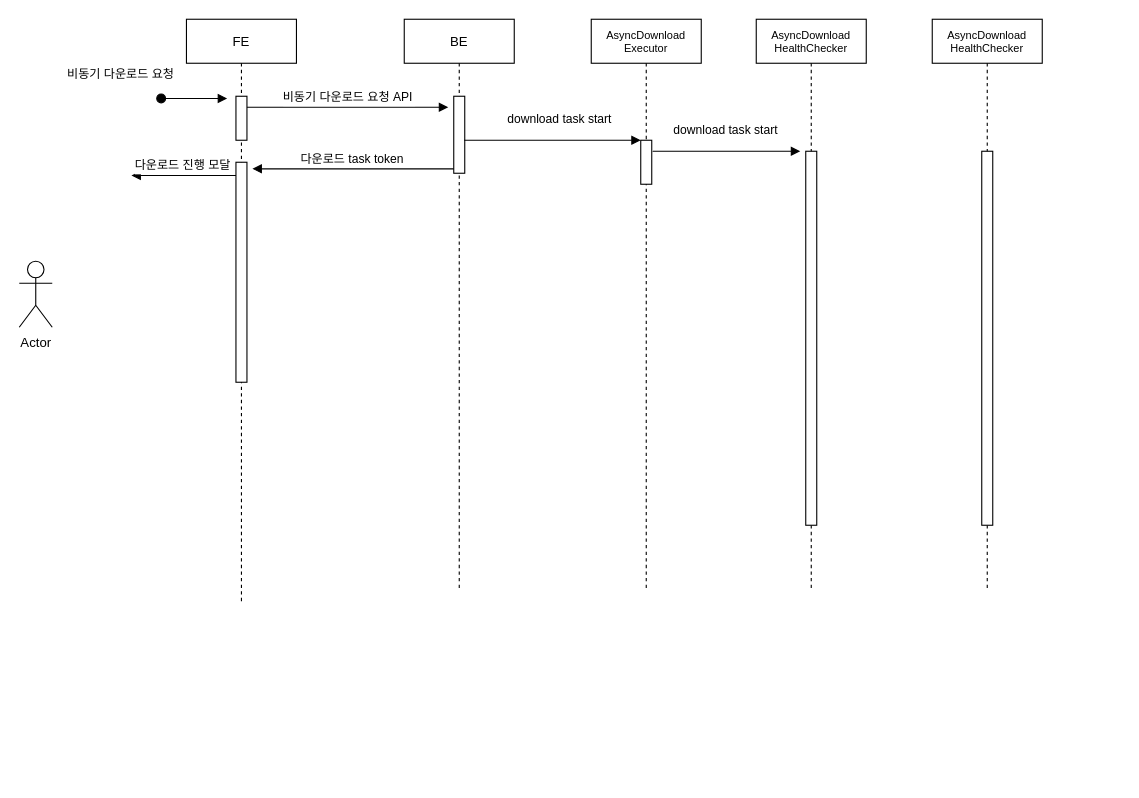
Earlier version of the draw.io diagram 제목 없는 다이어그램.drawio (shani88/test). Source tidied: cells renumbered, new cells numbered last; positions are measured from the earlier drawing's top-left corner, leaving out a move shared by most shapes. Both pictures are drawn from the tidied source at 110%, with x=0, y=0 at pixel (19, 19).
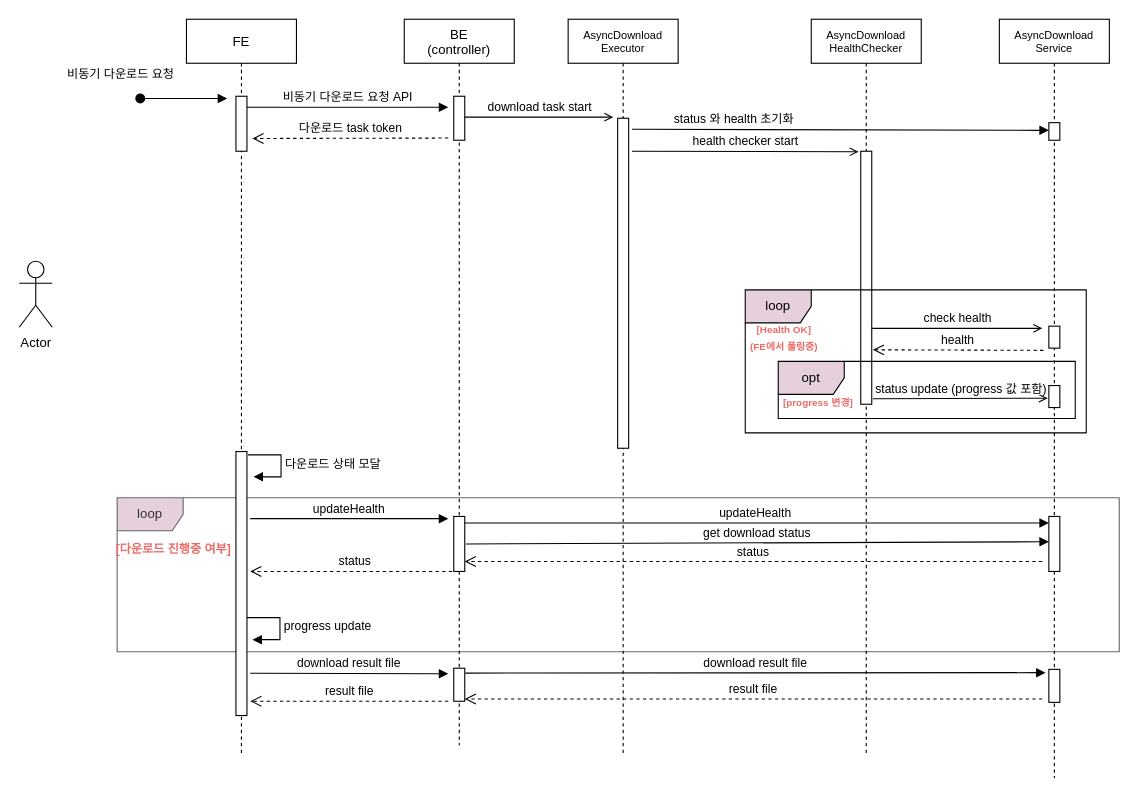
The same diagram, later.

Commit message (it also covers changes not shown here):
제목 없는 다이어그램.drawio 업데이트

What changed in the source:
```diff
@@
+    <mxCell id="21" value="loop" style="shape=umlFrame;whiteSpace=wrap;html=1;fillColor=#E6D0DE;fontColor=#333333;strokeColor=#666666;" parent="1" vertex="1">
+      <mxGeometry x="89" y="435" width="911" height="140" as="geometry" />
+    </mxCell>
     <mxCell id="2" value="FE" style="shape=umlLifeline;perimeter=lifelinePerimeter;rounded=0;shadow=0;strokeWidth=1;" parent="1" vertex="1">
-      <mxGeometry x="152" width="100" height="530" as="geometry" />
+      <mxGeometry x="152" width="100" height="670" as="geometry" />
     </mxCell>
     <mxCell id="3" style="points=[];perimeter=orthogonalPerimeter;rounded=0;shadow=0;strokeWidth=1;" parent="2" vertex="1">
-      <mxGeometry x="45" y="70" width="10" height="40" as="geometry" />
+      <mxGeometry x="45" y="70" width="10" height="50" as="geometry" />
     </mxCell>
     <mxCell id="4" style="verticalAlign=bottom;startArrow=oval;endArrow=block;startSize=8;shadow=0;strokeWidth=1;" parent="2" edge="1">
       <mxGeometry relative="1" as="geometry">
-        <mxPoint x="-23" y="72" as="sourcePoint" />
+        <mxPoint x="-42" y="72" as="sourcePoint" />
         <mxPoint x="37" y="72" as="targetPoint" />
       </mxGeometry>
     </mxCell>
-    <mxCell id="5" style="perimeter=orthogonalPerimeter;rounded=0;shadow=0;strokeWidth=1;" parent="2" vertex="1">
-      <mxGeometry x="45" y="130" width="10" height="200" as="geometry" />
-    </mxCell>
-    <mxCell id="6" value="다운로드 진행 모달" style="verticalAlign=bottom;endArrow=block;shadow=0;strokeWidth=1;" parent="2" edge="1">
-      <mxGeometry relative="1" as="geometry">
-        <mxPoint x="45" y="142" as="sourcePoint" />
-        <mxPoint x="-50" y="142" as="targetPoint" />
-      </mxGeometry>
-    </mxCell>
+    <mxCell id="22" style="html=1;perimeter=orthogonalPerimeter;" parent="2" vertex="1">
+      <mxGeometry x="45" y="393" width="10" height="240" as="geometry" />
+    </mxCell>
+    <mxCell id="23" value="다운로드 상태 모달" style="edgeStyle=orthogonalEdgeStyle;html=1;align=left;spacingLeft=2;endArrow=block;rounded=0;entryX=1;entryY=0;" parent="2" edge="1">
+      <mxGeometry relative="1" as="geometry">
+        <mxPoint x="56" y="396" as="sourcePoint" />
+        <mxPoint x="61" y="416" as="targetPoint" />
+        <Array as="points">
+          <mxPoint x="86" y="396" />
+        </Array>
+      </mxGeometry>
+    </mxCell>
+    <mxCell id="24" value="status" style="html=1;verticalAlign=bottom;endArrow=open;dashed=1;endSize=8;rounded=0;" parent="2" edge="1">
+      <mxGeometry relative="1" as="geometry">
+        <mxPoint x="247.5" y="502" as="sourcePoint" />
+        <mxPoint x="58" y="502" as="targetPoint" />
+      </mxGeometry>
+    </mxCell>
-    <mxCell id="7" value="BE" style="shape=umlLifeline;perimeter=lifelinePerimeter;rounded=0;shadow=0;strokeWidth=1;" parent="1" vertex="1">
-      <mxGeometry x="350" width="100" height="520" as="geometry" />
+    <mxCell id="7" value="BE&#10;(controller)" style="shape=umlLifeline;perimeter=lifelinePerimeter;rounded=0;shadow=0;strokeWidth=1;" parent="1" vertex="1">
+      <mxGeometry x="350" width="100" height="660" as="geometry" />
     </mxCell>
     <mxCell id="8" style="perimeter=orthogonalPerimeter;rounded=0;shadow=0;strokeWidth=1;" parent="7" vertex="1">
-      <mxGeometry x="45" y="70" width="10" height="70" as="geometry" />
+      <mxGeometry x="45" y="70" width="10" height="40" as="geometry" />
     </mxCell>
+    <mxCell id="25" style="points=[];perimeter=orthogonalPerimeter;rounded=0;shadow=0;strokeWidth=1;" parent="7" vertex="1">
+      <mxGeometry x="45" y="452" width="10" height="50" as="geometry" />
+    </mxCell>
+    <mxCell id="26" style="perimeter=orthogonalPerimeter;rounded=0;shadow=0;strokeWidth=1;" parent="7" vertex="1">
+      <mxGeometry x="45" y="590" width="10" height="30" as="geometry" />
+    </mxCell>
+    <mxCell id="27" value="download result file" style="verticalAlign=bottom;endArrow=block;shadow=0;strokeWidth=1;" parent="7" edge="1">
+      <mxGeometry relative="1" as="geometry">
+        <mxPoint x="-140" y="594.5" as="sourcePoint" />
+        <mxPoint x="40" y="595" as="targetPoint" />
+      </mxGeometry>
+    </mxCell>
+    <mxCell id="28" value="result file" style="html=1;verticalAlign=bottom;endArrow=open;dashed=1;endSize=8;rounded=0;" parent="7" edge="1">
+      <mxGeometry relative="1" as="geometry">
+        <mxPoint x="40" y="620" as="sourcePoint" />
+        <mxPoint x="-140" y="620" as="targetPoint" />
+      </mxGeometry>
+    </mxCell>
@@
-    <mxCell id="10" value="다운로드 task token" style="verticalAlign=bottom;endArrow=block;entryX=1;entryY=0;shadow=0;strokeWidth=1;" parent="1" edge="1">
-      <mxGeometry relative="1" as="geometry">
-        <mxPoint x="395" y="136" as="sourcePoint" />
-        <mxPoint x="212" y="136" as="targetPoint" />
-      </mxGeometry>
-    </mxCell>
@@
-    <mxCell id="12" value="&lt;font style=&quot;font-size: 11px;&quot;&gt;비동기 다운로드 요청&lt;/font&gt;" style="text;html=1;align=center;verticalAlign=middle;strokeColor=none;fillColor=none;" parent="1" vertex="1">
+    <mxCell id="12" value="&lt;span style=&quot;font-size: 11px;&quot;&gt;비동기 다운로드 요청&lt;/span&gt;" style="text;html=1;align=center;verticalAlign=middle;strokeColor=none;fillColor=none;" parent="1" vertex="1">
       <mxGeometry x="32" y="35" width="120" height="30" as="geometry" />
     </mxCell>
     <mxCell id="13" value="AsyncDownload&#10;Executor" style="shape=umlLifeline;perimeter=lifelinePerimeter;rounded=0;shadow=0;strokeWidth=1;fontSize=10;" parent="1" vertex="1">
-      <mxGeometry x="520" width="100" height="520" as="geometry" />
+      <mxGeometry x="499" width="100" height="670" as="geometry" />
     </mxCell>
     <mxCell id="14" style="perimeter=orthogonalPerimeter;rounded=0;shadow=0;strokeWidth=1;" parent="13" vertex="1">
-      <mxGeometry x="45" y="110" width="10" height="40" as="geometry" />
+      <mxGeometry x="45" y="90" width="10" height="300" as="geometry" />
     </mxCell>
-    <mxCell id="15" value="download task start" style="verticalAlign=bottom;endArrow=block;shadow=0;strokeWidth=1;" parent="1" edge="1">
-      <mxGeometry x="0.08" y="10" relative="1" as="geometry">
-        <mxPoint x="404.5" y="110" as="sourcePoint" />
-        <mxPoint x="565" y="110" as="targetPoint" />
-        <Array as="points">
-          <mxPoint x="465" y="110" />
-        </Array>
-      </mxGeometry>
-    </mxCell>
     <mxCell id="16" value="AsyncDownload&#10;HealthChecker" style="shape=umlLifeline;perimeter=lifelinePerimeter;rounded=0;shadow=0;strokeWidth=1;fontSize=10;" parent="1" vertex="1">
-      <mxGeometry x="670" width="100" height="520" as="geometry" />
+      <mxGeometry x="720" width="100" height="670" as="geometry" />
     </mxCell>
-    <mxCell id="17" style="perimeter=orthogonalPerimeter;rounded=0;shadow=0;strokeWidth=1;" parent="16" vertex="1">
-      <mxGeometry x="45" y="120" width="10" height="340" as="geometry" />
-    </mxCell>
-    <mxCell id="18" value="download task start" style="verticalAlign=bottom;endArrow=block;shadow=0;strokeWidth=1;" parent="1" edge="1">
-      <mxGeometry x="0.08" y="10" relative="1" as="geometry">
-        <mxPoint x="582.5" y="120" as="sourcePoint" />
-        <mxPoint x="710" y="120" as="targetPoint" />
-        <Array as="points">
-          <mxPoint x="573" y="120" />
-        </Array>
-      </mxGeometry>
-    </mxCell>
+    <mxCell id="29" value="status" style="html=1;verticalAlign=bottom;endArrow=open;dashed=1;endSize=8;rounded=0;" parent="16" edge="1" target="25">
+      <mxGeometry relative="1" as="geometry">
+        <mxPoint x="210" y="493" as="sourcePoint" />
+      </mxGeometry>
+    </mxCell>
+    <mxCell id="30" style="perimeter=orthogonalPerimeter;rounded=0;shadow=0;strokeWidth=1;" parent="16" vertex="1">
+      <mxGeometry x="45" y="120" width="10" height="230" as="geometry" />
+    </mxCell>
-    <mxCell id="19" value="AsyncDownload&#10;HealthChecker" style="shape=umlLifeline;perimeter=lifelinePerimeter;rounded=0;shadow=0;strokeWidth=1;fontSize=10;" parent="1" vertex="1">
-      <mxGeometry x="830" width="100" height="520" as="geometry" />
+    <mxCell id="19" value="AsyncDownload&#10;Service" style="shape=umlLifeline;perimeter=lifelinePerimeter;rounded=0;shadow=0;strokeWidth=1;fontSize=10;" parent="1" vertex="1">
+      <mxGeometry x="891" width="100" height="690" as="geometry" />
     </mxCell>
     <mxCell id="20" style="points=[];perimeter=orthogonalPerimeter;rounded=0;shadow=0;strokeWidth=1;" parent="19" vertex="1">
-      <mxGeometry x="45" y="120" width="10" height="340" as="geometry" />
+      <mxGeometry x="45" y="452" width="10" height="50" as="geometry" />
     </mxCell>
+    <mxCell id="31" style="points=[];perimeter=orthogonalPerimeter;rounded=0;shadow=0;strokeWidth=1;" parent="19" vertex="1">
+      <mxGeometry x="45" y="591" width="10" height="30" as="geometry" />
+    </mxCell>
+    <mxCell id="32" value="health" style="html=1;verticalAlign=bottom;endArrow=open;dashed=1;endSize=8;rounded=0;entryX=1.1;entryY=0.45;entryDx=0;entryDy=0;entryPerimeter=0;" parent="19" edge="1">
+      <mxGeometry relative="1" as="geometry">
+        <mxPoint x="40" y="301" as="sourcePoint" />
+        <mxPoint x="-115" y="300.5" as="targetPoint" />
+      </mxGeometry>
+    </mxCell>
+    <mxCell id="33" style="perimeter=orthogonalPerimeter;rounded=0;shadow=0;strokeWidth=1;" parent="19" vertex="1">
+      <mxGeometry x="45" y="279" width="10" height="20" as="geometry" />
+    </mxCell>
+    <mxCell id="34" style="points=[];perimeter=orthogonalPerimeter;rounded=0;shadow=0;strokeWidth=1;" parent="19" vertex="1">
+      <mxGeometry x="45" y="94" width="10" height="16" as="geometry" />
+    </mxCell>
+    <mxCell id="35" value="download task start" style="html=1;verticalAlign=bottom;labelBackgroundColor=none;endArrow=open;endFill=0;rounded=0;" parent="1" edge="1">
+      <mxGeometry relative="1" as="geometry">
+        <mxPoint x="405" y="89" as="sourcePoint" />
+        <mxPoint x="540" y="89" as="targetPoint" />
+      </mxGeometry>
+    </mxCell>
+    <mxCell id="36" value="updateHealth" style="verticalAlign=bottom;endArrow=block;shadow=0;strokeWidth=1;" parent="1" edge="1">
+      <mxGeometry relative="1" as="geometry">
+        <mxPoint x="210" y="454" as="sourcePoint" />
+        <mxPoint x="390" y="454" as="targetPoint" />
+      </mxGeometry>
+    </mxCell>
+    <mxCell id="10" value="다운로드 task token" style="html=1;verticalAlign=bottom;endArrow=open;dashed=1;endSize=8;rounded=0;entryX=1.5;entryY=0.268;entryDx=0;entryDy=0;entryPerimeter=0;" parent="1" edge="1">
+      <mxGeometry relative="1" as="geometry">
+        <mxPoint x="390" y="108" as="sourcePoint" />
+        <mxPoint x="212" y="108.4" as="targetPoint" />
+      </mxGeometry>
+    </mxCell>
+    <mxCell id="37" value="updateHealth " style="verticalAlign=bottom;endArrow=block;shadow=0;strokeWidth=1;" parent="1" edge="1" target="20">
+      <mxGeometry relative="1" as="geometry">
+        <mxPoint x="405" y="458" as="sourcePoint" />
+      </mxGeometry>
+    </mxCell>
+    <mxCell id="38" value="progress update" style="edgeStyle=orthogonalEdgeStyle;html=1;align=left;spacingLeft=2;endArrow=block;rounded=0;entryX=1;entryY=0;" parent="1" edge="1">
+      <mxGeometry relative="1" as="geometry">
+        <mxPoint x="207" y="544" as="sourcePoint" />
+        <mxPoint x="212" y="564" as="targetPoint" />
+        <Array as="points">
+          <mxPoint x="237" y="544" />
+        </Array>
+      </mxGeometry>
+    </mxCell>
+    <mxCell id="39" value="&lt;span style=&quot;font-size: 11px;&quot;&gt;&lt;b&gt;&lt;font color=&quot;#ea6b66&quot;&gt;[다운로드 진행중 여부]&lt;/font&gt;&lt;/b&gt;&lt;/span&gt;" style="text;html=1;align=center;verticalAlign=middle;strokeColor=none;fillColor=none;" parent="1" vertex="1">
+      <mxGeometry x="80" y="467" width="120" height="30" as="geometry" />
+    </mxCell>
+    <mxCell id="40" value="result file" style="html=1;verticalAlign=bottom;endArrow=open;dashed=1;endSize=8;rounded=0;" parent="1" edge="1">
+      <mxGeometry relative="1" as="geometry">
+        <mxPoint x="930" y="618" as="sourcePoint" />
+        <mxPoint x="405" y="617.9" as="targetPoint" />
+      </mxGeometry>
+    </mxCell>
+    <mxCell id="41" value="download result file" style="verticalAlign=bottom;endArrow=block;shadow=0;strokeWidth=1;entryX=-0.3;entryY=0.1;entryDx=0;entryDy=0;entryPerimeter=0;" parent="1" edge="1" target="31">
+      <mxGeometry relative="1" as="geometry">
+        <mxPoint x="405.5" y="594.4" as="sourcePoint" />
+      </mxGeometry>
+    </mxCell>
+    <mxCell id="42" value="get download status" style="verticalAlign=bottom;endArrow=block;shadow=0;strokeWidth=1;entryX=0;entryY=0.46;entryDx=0;entryDy=0;entryPerimeter=0;" parent="1" edge="1" target="20">
+      <mxGeometry relative="1" as="geometry">
+        <mxPoint x="406" y="477" as="sourcePoint" />
+      </mxGeometry>
+    </mxCell>
+    <mxCell id="43" value="&lt;span style=&quot;background-color: rgb(255, 255, 255);&quot;&gt;check health&lt;/span&gt;" style="html=1;verticalAlign=bottom;labelBackgroundColor=none;endArrow=open;endFill=0;rounded=0;" parent="1" edge="1">
+      <mxGeometry relative="1" as="geometry">
+        <mxPoint x="775" y="281" as="sourcePoint" />
+        <mxPoint x="930" y="281" as="targetPoint" />
+      </mxGeometry>
+    </mxCell>
+    <mxCell id="44" value="&lt;span style=&quot;background-color: rgb(255, 255, 255);&quot;&gt;status update (progress 값 포함)&lt;/span&gt;" style="html=1;verticalAlign=bottom;labelBackgroundColor=none;endArrow=open;endFill=0;rounded=0;entryX=-0.1;entryY=0.575;entryDx=0;entryDy=0;entryPerimeter=0;" parent="1" edge="1" target="46">
+      <mxGeometry relative="1" as="geometry">
+        <mxPoint x="776" y="345" as="sourcePoint" />
+      </mxGeometry>
+    </mxCell>
+    <mxCell id="45" value="&lt;b style=&quot;&quot;&gt;&lt;font color=&quot;#ea6b66&quot; style=&quot;font-size: 9px;&quot;&gt;[progress 변경]&lt;/font&gt;&lt;/b&gt;" style="text;html=1;align=center;verticalAlign=middle;strokeColor=none;fillColor=none;" parent="1" vertex="1">
+      <mxGeometry x="681" y="333" width="90" height="30" as="geometry" />
+    </mxCell>
+    <mxCell id="46" style="points=[];perimeter=orthogonalPerimeter;rounded=0;shadow=0;strokeWidth=1;" parent="1" vertex="1">
+      <mxGeometry x="936" y="333" width="10" height="20" as="geometry" />
+    </mxCell>
+    <mxCell id="47" value="&lt;span style=&quot;font-size: 11px;&quot;&gt;&lt;b style=&quot;font-size: 9px;&quot;&gt;&lt;font style=&quot;font-size: 9px;&quot; color=&quot;#ea6b66&quot;&gt;[Health OK]&lt;br style=&quot;font-size: 9px;&quot;&gt;(FE에서 폴링중)&lt;br&gt;&lt;/font&gt;&lt;/b&gt;&lt;/span&gt;" style="text;html=1;align=center;verticalAlign=middle;strokeColor=none;fillColor=none;" parent="1" vertex="1">
+      <mxGeometry x="650" y="269" width="90" height="40" as="geometry" />
+    </mxCell>
+    <mxCell id="48" value="opt" style="shape=umlFrame;whiteSpace=wrap;html=1;fillColor=#E6D0DE;" parent="1" vertex="1">
+      <mxGeometry x="690" y="311" width="270" height="52" as="geometry" />
+    </mxCell>
+    <mxCell id="49" value="loop" style="shape=umlFrame;whiteSpace=wrap;html=1;fillColor=#E6D0DE;" parent="1" vertex="1">
+      <mxGeometry x="660" y="246" width="310" height="130" as="geometry" />
+    </mxCell>
+    <mxCell id="50" value="status 와 health 초기화" style="verticalAlign=bottom;endArrow=block;shadow=0;strokeWidth=1;entryX=0;entryY=0.438;entryDx=0;entryDy=0;entryPerimeter=0;" parent="1" edge="1" target="34">
+      <mxGeometry x="-0.51" relative="1" as="geometry">
+        <mxPoint x="557" y="100" as="sourcePoint" />
+      </mxGeometry>
+    </mxCell>
+    <mxCell id="51" value="&lt;span style=&quot;background-color: rgb(255, 255, 255);&quot;&gt;health checker start&lt;/span&gt;" style="html=1;verticalAlign=bottom;labelBackgroundColor=none;endArrow=open;endFill=0;rounded=0;" parent="1" edge="1">
+      <mxGeometry relative="1" as="geometry">
+        <mxPoint x="557" y="120" as="sourcePoint" />
+        <mxPoint x="763" y="120.5" as="targetPoint" />
+      </mxGeometry>
+    </mxCell>
```
